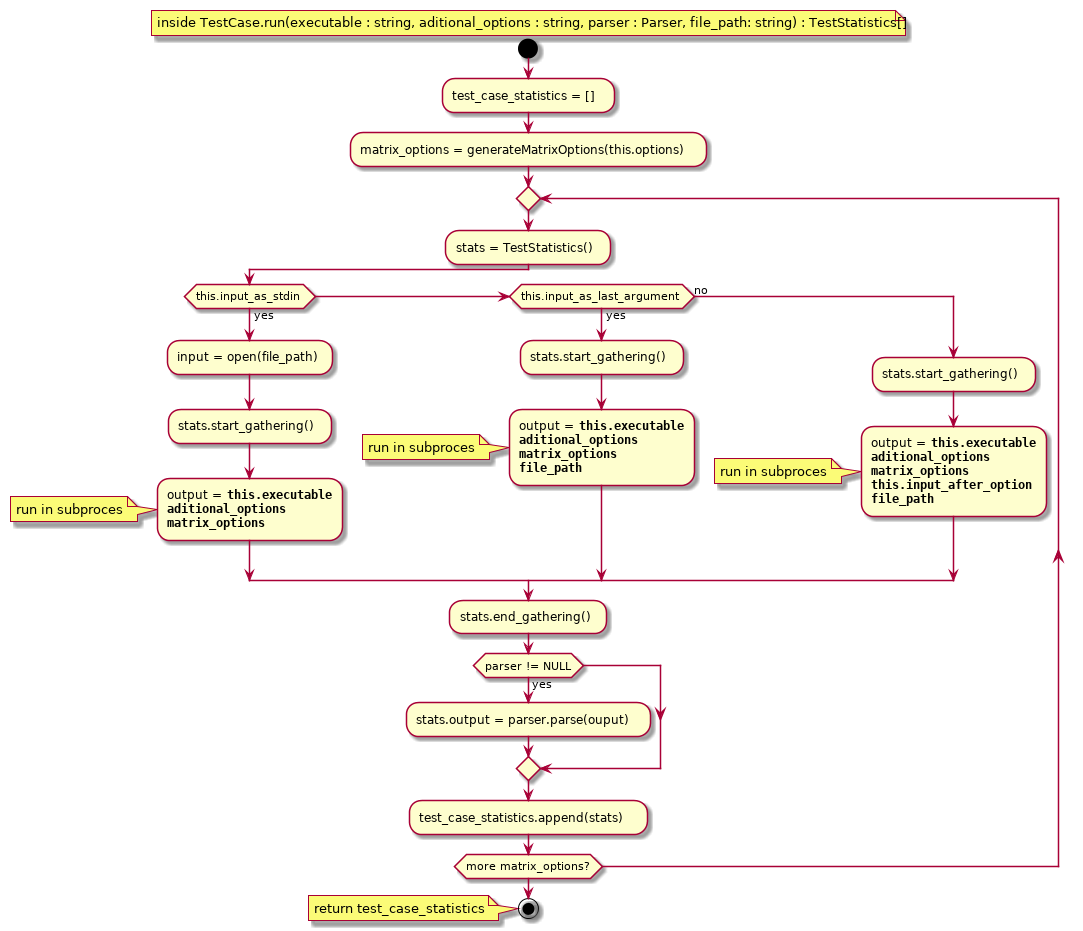
Earlier version of the PlantUML export benchmark/activity_diagrams/test_case_run.png (Mateusz-Grzelinski/set-research-documentation).
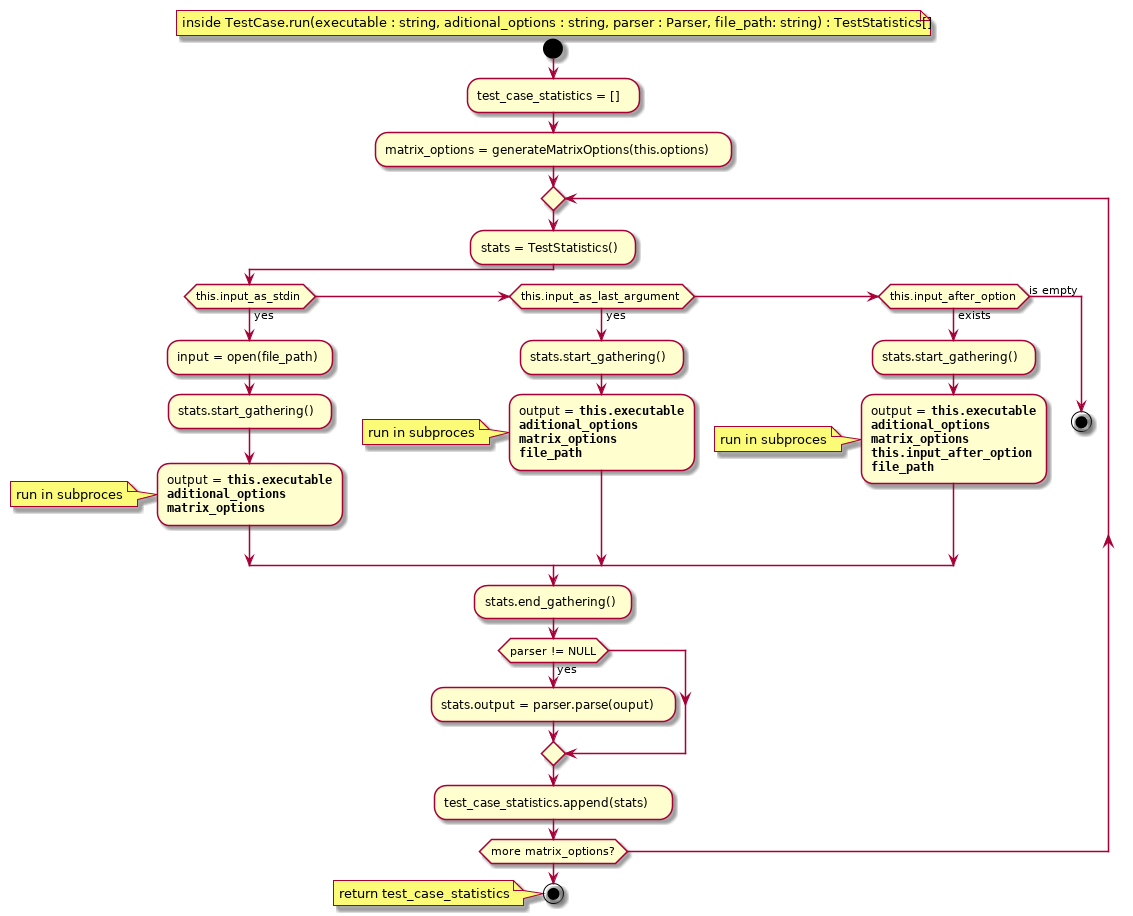
Above is the later version.

What changed in the source:
```diff
@@ -20,7 +20,7 @@
   <b>""matrix_options""
   <b>""file_path"";
   note: run in subproces
-else (no)
+elseif (this.input_after_option) then (exists)
   :stats.start_gathering();
   :output = <b>""this.executable""
   <b>""aditional_options""
@@ -28,6 +28,8 @@
   <b>""this.input_after_option""
   <b>""file_path"";
   note: run in subproces
+else (is empty)
+  stop
 endif
 :stats.end_gathering();
 
```
